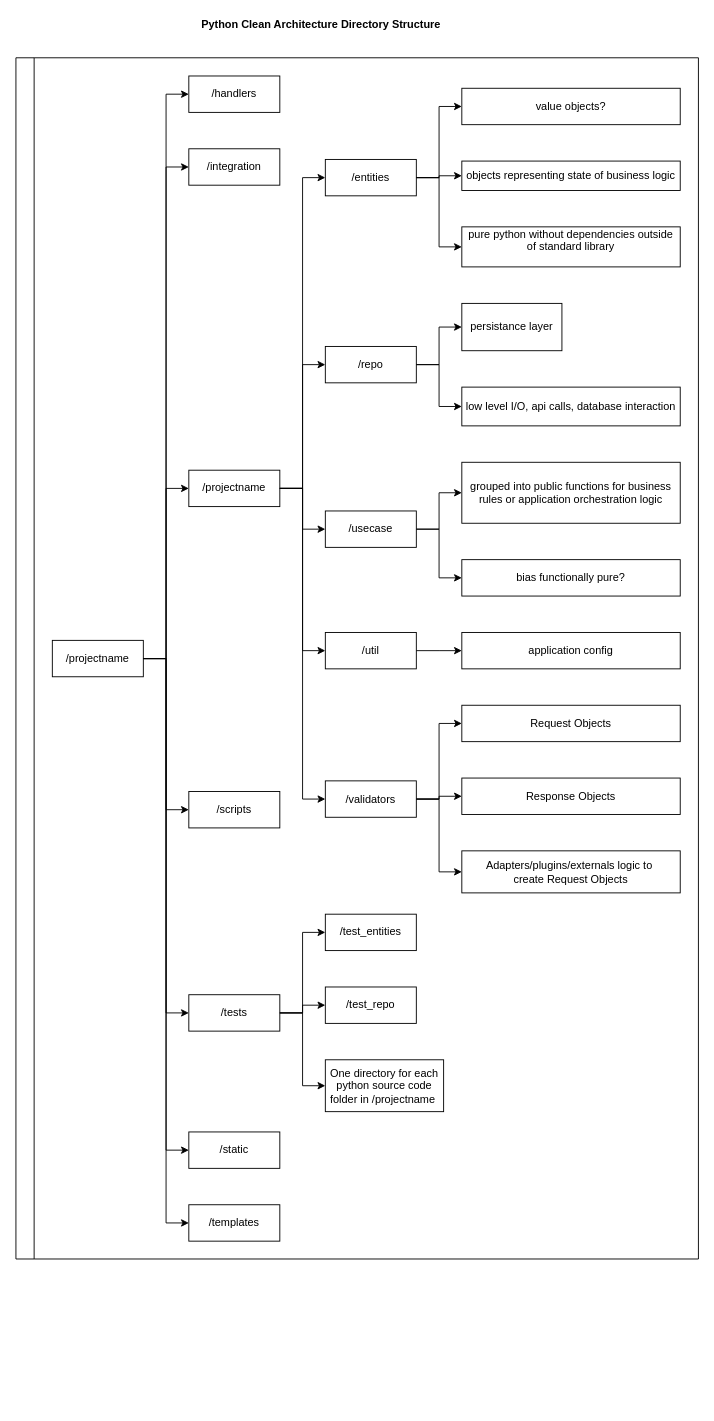
This is page "python_directory_structure" (2 of 3) of clean_architecture/software_design.drawio from rrigato/architecture, a draw.io file, before an edit. Source tidied: cells renumbered, new cells numbered last; positions are measured from the earlier drawing's top-left corner, leaving out a move shared by most shapes. Both pictures are drawn from the tidied source at 91%, with x=0, y=0 at pixel (15, 15).
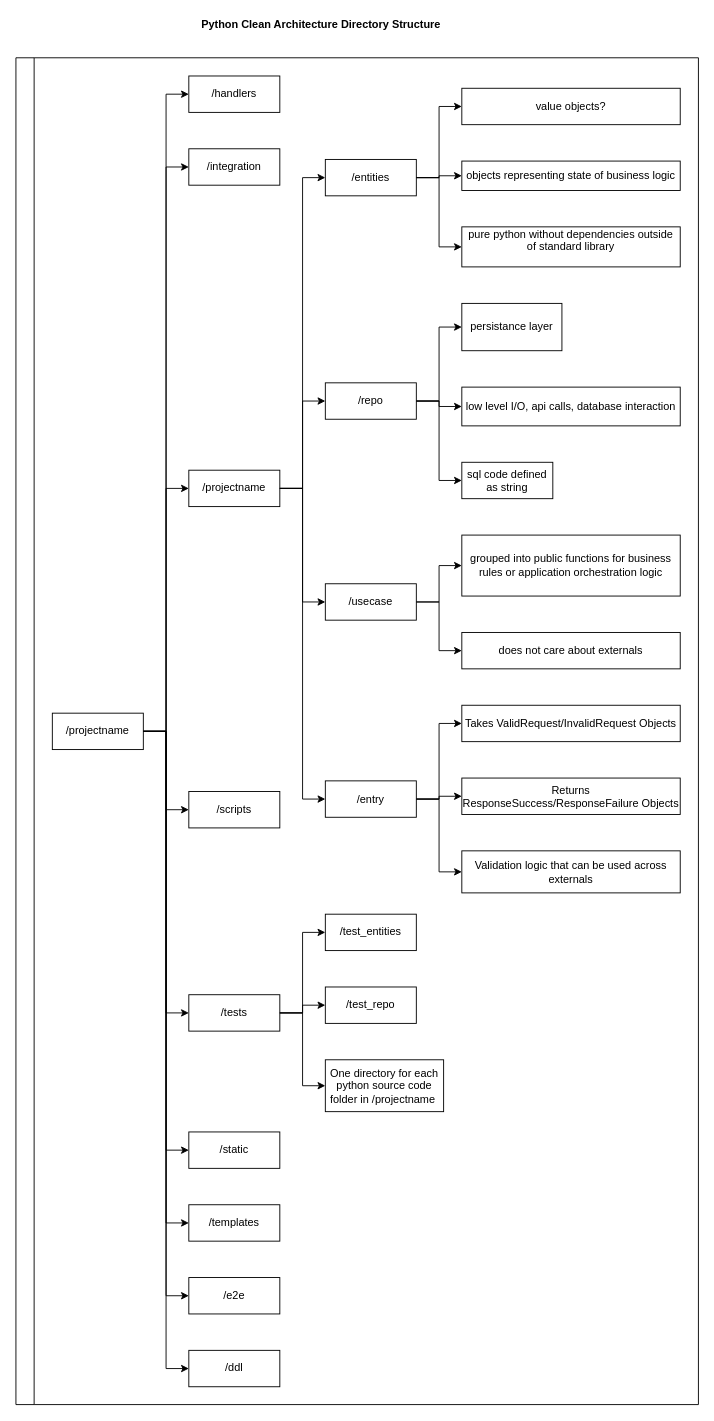
Above is the later version.

Unchanged cells that the change refers to:
```xml
<mxCell id="9" value="/projectname" style="whiteSpace=wrap;html=1;" parent="2" vertex="1">
  <mxGeometry x="190" y="453.2" width="100" height="40" as="geometry" />
</mxCell>
```

Diff of the diagram source:
```diff
@@
     <mxCell id="2" style="swimlane;html=1;startSize=20;horizontal=0;horizontalTree=1;containerType=tree;" parent="1" vertex="1">
-      <mxGeometry y="46" width="750" height="1320" as="geometry" />
+      <mxGeometry y="46" width="750" height="1480" as="geometry" />
     </mxCell>
+    <mxCell id="57" value="/ddl" style="whiteSpace=wrap;html=1;" parent="2" vertex="1">
+      <mxGeometry x="190" y="1420.4" width="100" height="40" as="geometry" />
+    </mxCell>
     <mxCell id="3" value="/projectname" style="whiteSpace=wrap;html=1;" parent="2" vertex="1">
-      <mxGeometry x="40" y="640.2" width="100" height="40" as="geometry" />
+      <mxGeometry x="40" y="720.2" width="100" height="40" as="geometry" />
     </mxCell>
@@
     <mxCell id="17" value="/repo" style="whiteSpace=wrap;html=1;" parent="2" vertex="1">
-      <mxGeometry x="340" y="317.2" width="100" height="40" as="geometry" />
+      <mxGeometry x="340" y="357.2" width="100" height="40" as="geometry" />
     </mxCell>
@@
     <mxCell id="19" value="/usecase" style="whiteSpace=wrap;html=1;" parent="2" vertex="1">
-      <mxGeometry x="340" y="498" width="100" height="40" as="geometry" />
+      <mxGeometry x="340" y="578" width="100" height="40" as="geometry" />
     </mxCell>
-    <mxCell id="20" style="edgeStyle=elbowEdgeStyle;elbow=horizontal;html=1;rounded=0;" parent="2" edge="1" source="9" target="21">
-      <mxGeometry relative="1" as="geometry" />
-    </mxCell>
-    <mxCell id="21" value="/util" style="whiteSpace=wrap;html=1;" parent="2" vertex="1">
-      <mxGeometry x="340" y="631.5" width="100" height="40" as="geometry" />
-    </mxCell>
@@
-    <mxCell id="23" value="/validators" style="whiteSpace=wrap;html=1;" parent="2" vertex="1">
+    <mxCell id="23" value="/entry" style="whiteSpace=wrap;html=1;" parent="2" vertex="1">
       <mxGeometry x="340" y="794.6" width="100" height="40" as="geometry" />
     </mxCell>
@@
     <mxCell id="33" value="grouped into public functions for business rules or application orchestration logic" style="whiteSpace=wrap;html=1;" parent="2" vertex="1">
-      <mxGeometry x="490" y="444.5" width="240" height="67" as="geometry" />
+      <mxGeometry x="490" y="524.5" width="240" height="67" as="geometry" />
     </mxCell>
@@
-    <mxCell id="35" value="bias functionally pure?" style="whiteSpace=wrap;html=1;" parent="2" vertex="1">
-      <mxGeometry x="490" y="551.5" width="240" height="40" as="geometry" />
+    <mxCell id="35" value="does not care about externals" style="whiteSpace=wrap;html=1;" parent="2" vertex="1">
+      <mxGeometry x="490" y="631.5" width="240" height="40" as="geometry" />
     </mxCell>
@@
-    <mxCell id="46" style="edgeStyle=elbowEdgeStyle;elbow=horizontal;html=1;rounded=0;" parent="2" edge="1" source="21" target="47">
-      <mxGeometry relative="1" as="geometry" />
-    </mxCell>
-    <mxCell id="47" value="application config" style="whiteSpace=wrap;html=1;" parent="2" vertex="1">
-      <mxGeometry x="490" y="631.5" width="240" height="40" as="geometry" />
-    </mxCell>
@@
-    <mxCell id="49" value="Request Objects&lt;br&gt;" style="whiteSpace=wrap;html=1;" parent="2" vertex="1">
+    <mxCell id="49" value="Takes ValidRequest/InvalidRequest Objects" style="whiteSpace=wrap;html=1;" parent="2" vertex="1">
       <mxGeometry x="490" y="711.5" width="240" height="40" as="geometry" />
     </mxCell>
@@
-    <mxCell id="51" value="Response Objects" style="whiteSpace=wrap;html=1;" parent="2" vertex="1">
+    <mxCell id="51" value="Returns ResponseSuccess/ResponseFailure Objects" style="whiteSpace=wrap;html=1;" parent="2" vertex="1">
       <mxGeometry x="490" y="791.5" width="240" height="40" as="geometry" />
     </mxCell>
@@
-    <mxCell id="53" value="Adapters/plugins/externals logic to&amp;nbsp;&lt;br&gt;create Request Objects" style="whiteSpace=wrap;html=1;" parent="2" vertex="1">
+    <mxCell id="53" value="Validation logic that can be used across externals" style="whiteSpace=wrap;html=1;" parent="2" vertex="1">
       <mxGeometry x="490" y="871.5" width="240" height="46.2" as="geometry" />
     </mxCell>
@@
+    <mxCell id="58" style="edgeStyle=elbowEdgeStyle;elbow=horizontal;html=1;rounded=0;" parent="2" edge="1" source="17" target="59">
+      <mxGeometry relative="1" as="geometry" />
+    </mxCell>
+    <mxCell id="59" value="sql code defined as string" style="whiteSpace=wrap;html=1;" parent="2" vertex="1">
+      <mxGeometry x="490" y="444.5" width="100" height="40" as="geometry" />
+    </mxCell>
+    <mxCell id="60" style="edgeStyle=elbowEdgeStyle;elbow=horizontal;html=1;rounded=0;" parent="2" edge="1" source="3" target="61">
+      <mxGeometry relative="1" as="geometry" />
+    </mxCell>
+    <mxCell id="61" value="/e2e" style="whiteSpace=wrap;html=1;" parent="2" vertex="1">
+      <mxGeometry x="190" y="1340.4" width="100" height="40" as="geometry" />
+    </mxCell>
+    <mxCell id="62" style="edgeStyle=elbowEdgeStyle;elbow=horizontal;html=1;rounded=0;" parent="2" edge="1" source="3" target="57">
+      <mxGeometry relative="1" as="geometry" />
+    </mxCell>
```
